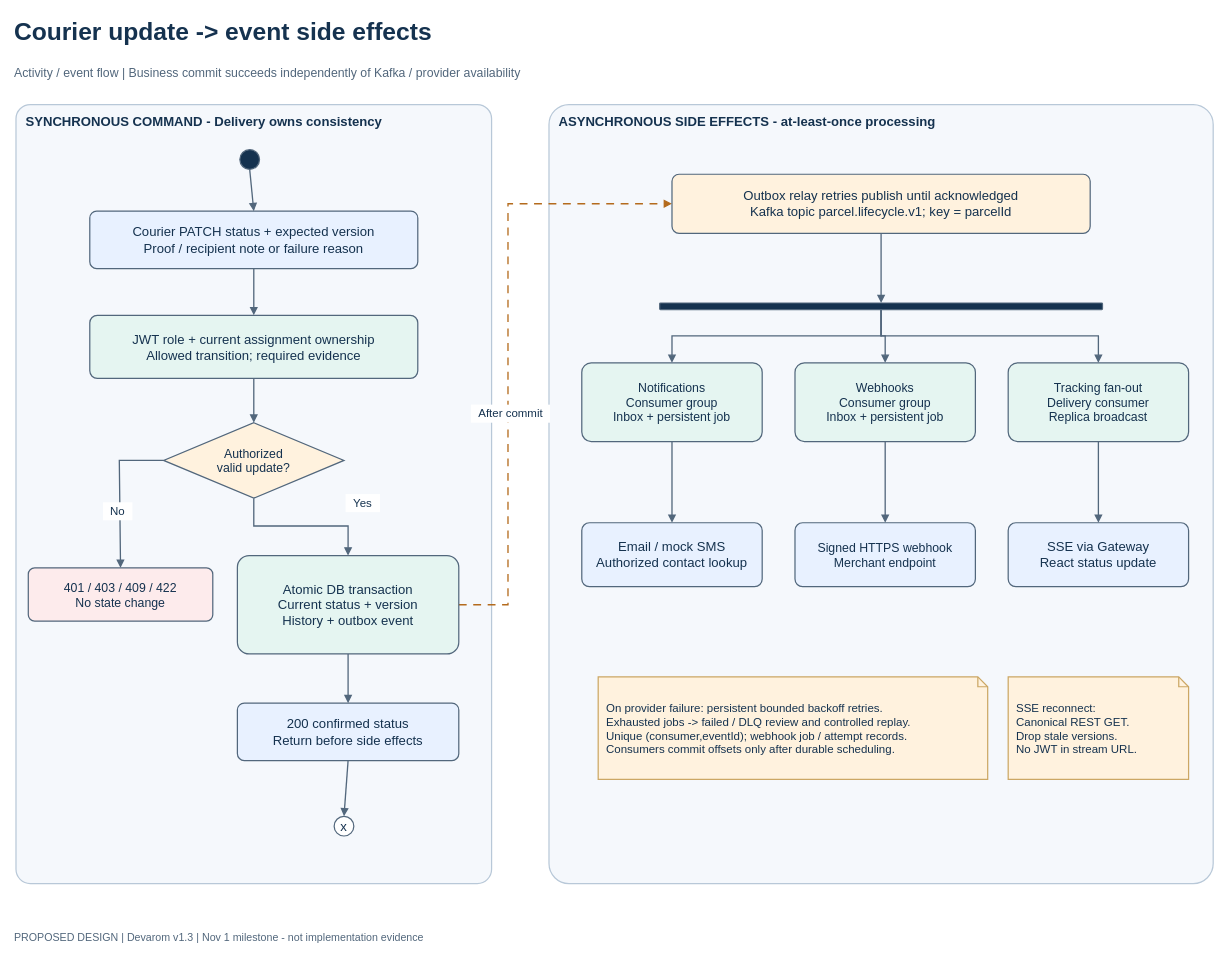
This is docs/diagrams/editable/09_status_event_activity.drawio from Suthankan1/swiftdrop, a draw.io file, before an edit. Source tidied: cells renumbered, new cells numbered last; positions are measured from the earlier drawing's top-left corner, leaving out a move shared by most shapes. Both pictures are drawn from the tidied source at 82%, with x=0, y=0 at pixel (14, 14).
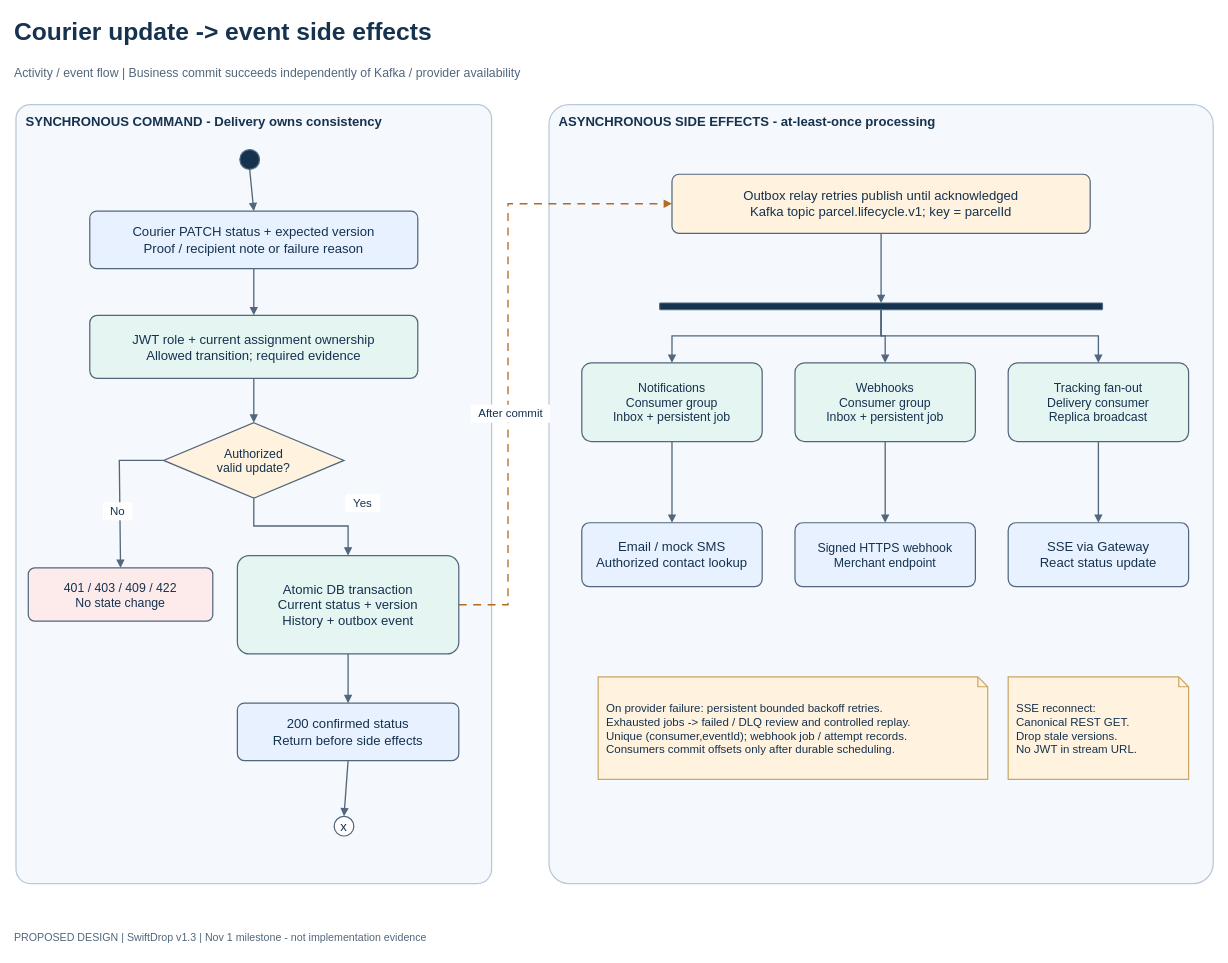
The same diagram, later.

Change to the diagram source:
```diff
@@
-    <mxCell id="21" value="PROPOSED DESIGN | Devarom v1.3 | Nov 1 milestone - not implementation evidence" style="text;html=0;whiteSpace=wrap;align=left;verticalAlign=middle;fontFamily=Helvetica;fontSize=13;fontColor=#52677C;fontStyle=0;fillColor=#FFFFFF;strokeColor=#52677C;strokeWidth=1.5;spacing=10;fillColor=none;strokeColor=none;spacing=0;" parent="1" vertex="1">
+    <mxCell id="21" value="PROPOSED DESIGN | SwiftDrop v1.3 | Nov 1 milestone - not implementation evidence" style="text;html=0;whiteSpace=wrap;align=left;verticalAlign=middle;fontFamily=Helvetica;fontSize=13;fontColor=#52677C;fontStyle=0;fillColor=#FFFFFF;strokeColor=#52677C;strokeWidth=1.5;spacing=10;fillColor=none;strokeColor=none;spacing=0;" parent="1" vertex="1">
       <mxGeometry y="1110" width="1464" height="30" as="geometry" />
     </mxCell>
```
